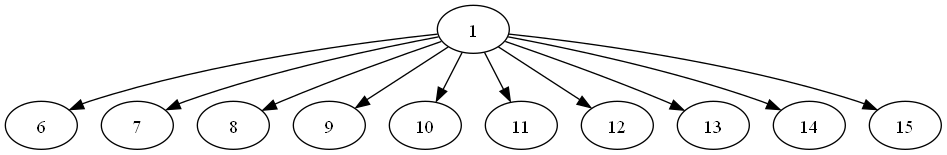
Above: goroutines.png in eiei114/EnablementInternship0622 (Graphviz), before the change. Its source is kept beside it as goroutines.dot.
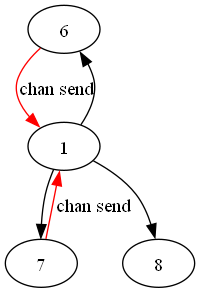
After the change.

Diff of the diagram source:
```diff
@@ -1,12 +1,7 @@
 digraph G {
+"6" -> "1" [label = "chan send" color = red];
 "1" -> "6";
+"7" -> "1" [label = "chan send" color = red];
 "1" -> "7";
 "1" -> "8";
-"1" -> "9";
-"1" -> "10";
-"1" -> "11";
-"1" -> "12";
-"1" -> "13";
-"1" -> "14";
-"1" -> "15";
 }
```
